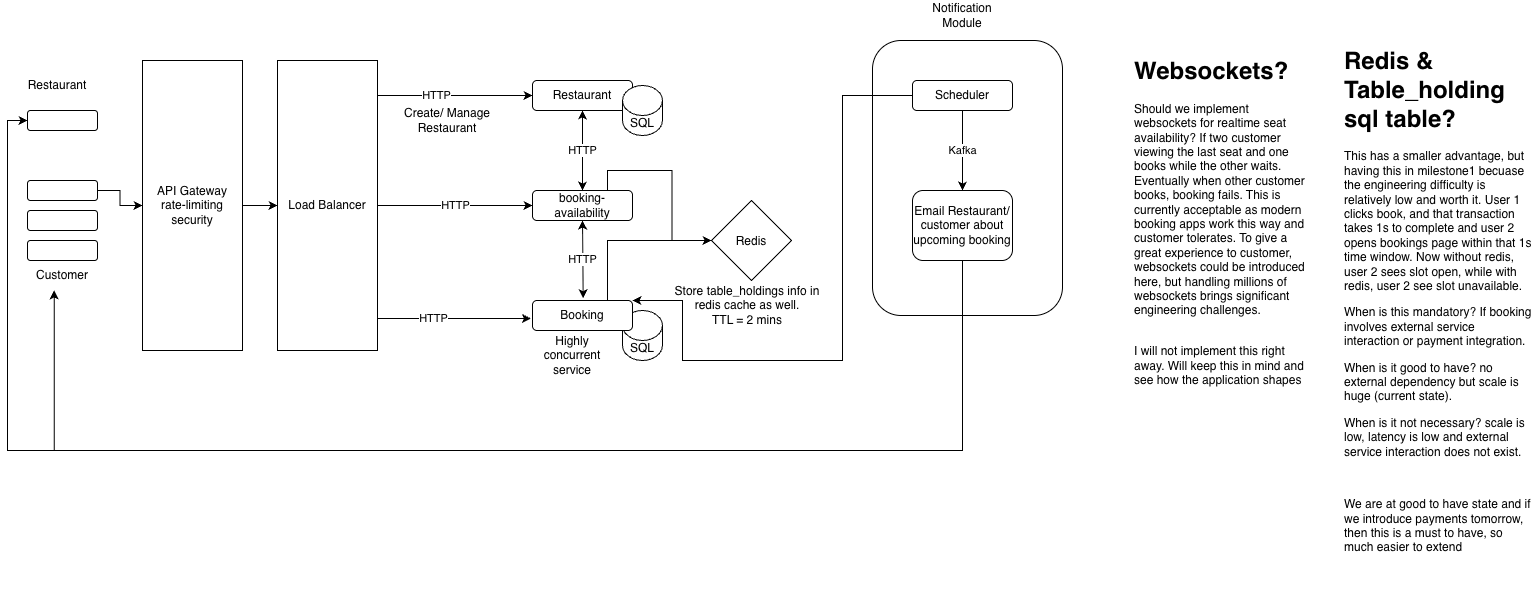
Before: table-booking/restaurant-table-booking.drawio.png, a diagram exported from draw.io (harirehm/draw.io). Source tidied: cells renumbered, new cells last; positions are measured from the earlier drawing's top-left corner, leaving out a move shared by most shapes. Its diagram source:
```xml
<mxGraphModel>
  <root>
    <mxCell id="0" />
    <mxCell id="1" parent="0" />
    <mxCell id="2" style="rounded=1;whiteSpace=wrap;html=1;" parent="1" vertex="1">
      <mxGeometry x="865" y="40" width="190" height="275" as="geometry" />
    </mxCell>
    <mxCell id="3" style="rounded=1;whiteSpace=wrap;html=1;" parent="1" vertex="1">
      <mxGeometry x="20" y="240" width="70" height="20" as="geometry" />
    </mxCell>
    <mxCell id="4" value="Customer" style="text;html=1;whiteSpace=wrap;strokeColor=none;fillColor=none;align=center;verticalAlign=middle;rounded=0;" parent="1" vertex="1">
      <mxGeometry x="25" y="260" width="60" height="30" as="geometry" />
    </mxCell>
    <mxCell id="5" style="edgeStyle=orthogonalEdgeStyle;rounded=0;jettySize=auto;html=1;" parent="1" edge="1" source="6" target="11">
      <mxGeometry relative="1" as="geometry" />
    </mxCell>
    <mxCell id="6" style="rounded=1;whiteSpace=wrap;html=1;" parent="1" vertex="1">
      <mxGeometry x="20" y="180" width="70" height="20" as="geometry" />
    </mxCell>
    <mxCell id="7" style="rounded=1;whiteSpace=wrap;html=1;" parent="1" vertex="1">
      <mxGeometry x="20" y="210" width="70" height="20" as="geometry" />
    </mxCell>
    <mxCell id="8" style="rounded=1;whiteSpace=wrap;html=1;" parent="1" vertex="1">
      <mxGeometry x="20" y="110" width="70" height="20" as="geometry" />
    </mxCell>
    <mxCell id="9" value="Restaurant" style="text;html=1;whiteSpace=wrap;strokeColor=none;fillColor=none;align=center;verticalAlign=middle;rounded=0;" parent="1" vertex="1">
      <mxGeometry x="20" y="70" width="60" height="30" as="geometry" />
    </mxCell>
    <mxCell id="10" style="edgeStyle=orthogonalEdgeStyle;rounded=0;jettySize=auto;html=1;" parent="1" edge="1" source="11" target="14">
      <mxGeometry relative="1" as="geometry" />
    </mxCell>
    <mxCell id="11" value="API Gateway&lt;div&gt;rate-limiting&lt;/div&gt;&lt;div&gt;security&lt;/div&gt;" style="rounded=0;whiteSpace=wrap;html=1;" parent="1" vertex="1">
      <mxGeometry x="135" y="60" width="100" height="290" as="geometry" />
    </mxCell>
    <mxCell id="12" value="HTTP" style="edgeStyle=orthogonalEdgeStyle;rounded=0;jettySize=auto;html=1;exitX=1;exitY=0.25;exitDx=0;exitDy=0;entryX=0;entryY=0.5;entryDx=0;entryDy=0;" parent="1" edge="1" source="14" target="15">
      <mxGeometry relative="1" as="geometry">
        <Array as="points">
          <mxPoint x="370" y="95" />
        </Array>
      </mxGeometry>
    </mxCell>
    <mxCell id="13" value="HTTP" style="edgeStyle=orthogonalEdgeStyle;rounded=0;jettySize=auto;html=1;exitX=1;exitY=0.5;exitDx=0;exitDy=0;" parent="1" edge="1" source="14" target="19">
      <mxGeometry relative="1" as="geometry" />
    </mxCell>
    <mxCell id="14" value="Load Balancer" style="rounded=0;whiteSpace=wrap;html=1;" parent="1" vertex="1">
      <mxGeometry x="270" y="60" width="100" height="290" as="geometry" />
    </mxCell>
    <mxCell id="15" value="Restaurant" style="rounded=1;whiteSpace=wrap;html=1;" parent="1" vertex="1">
      <mxGeometry x="525" y="80" width="100" height="30" as="geometry" />
    </mxCell>
    <mxCell id="16" value="Create/ Manage Restaurant" style="text;html=1;whiteSpace=wrap;strokeColor=none;fillColor=none;align=center;verticalAlign=middle;rounded=0;" parent="1" vertex="1">
      <mxGeometry x="395" y="105" width="90" height="30" as="geometry" />
    </mxCell>
    <mxCell id="17" value="SQL" style="shape=cylinder3;whiteSpace=wrap;html=1;boundedLbl=1;backgroundOutline=1;size=15;" parent="1" vertex="1">
      <mxGeometry x="615" y="85" width="40" height="50" as="geometry" />
    </mxCell>
    <mxCell id="18" style="edgeStyle=orthogonalEdgeStyle;rounded=0;jettySize=auto;html=1;exitX=0.75;exitY=0;exitDx=0;exitDy=0;" parent="1" edge="1" source="19" target="27">
      <mxGeometry relative="1" as="geometry" />
    </mxCell>
    <mxCell id="19" value="booking-availability" style="rounded=1;whiteSpace=wrap;html=1;" parent="1" vertex="1">
      <mxGeometry x="525" y="190" width="100" height="30" as="geometry" />
    </mxCell>
    <mxCell id="20" value="SQL" style="shape=cylinder3;whiteSpace=wrap;html=1;boundedLbl=1;backgroundOutline=1;size=15;" parent="1" vertex="1">
      <mxGeometry x="615" y="310" width="40" height="50" as="geometry" />
    </mxCell>
    <mxCell id="21" value="HTTP" style="endArrow=classic;startArrow=classic;html=1;rounded=0;exitX=0.5;exitY=0;exitDx=0;exitDy=0;entryX=0.5;entryY=1;entryDx=0;entryDy=0;" parent="1" edge="1" source="19" target="15">
      <mxGeometry relative="1" as="geometry" />
    </mxCell>
    <mxCell id="22" style="edgeStyle=orthogonalEdgeStyle;rounded=0;jettySize=auto;html=1;exitX=0.75;exitY=0;exitDx=0;exitDy=0;entryX=0;entryY=0.5;entryDx=0;entryDy=0;" parent="1" edge="1" source="24" target="27">
      <mxGeometry relative="1" as="geometry" />
    </mxCell>
    <mxCell id="23" style="edgeStyle=orthogonalEdgeStyle;rounded=0;jettySize=auto;html=1;exitX=1;exitY=0;exitDx=0;exitDy=0;entryX=0;entryY=0.5;entryDx=0;entryDy=0;endArrow=none;endFill=0;startArrow=classic;startFill=1;" parent="1" edge="1" source="24" target="31">
      <mxGeometry relative="1" as="geometry">
        <Array as="points">
          <mxPoint x="675" y="300" />
          <mxPoint x="675" y="360" />
          <mxPoint x="835" y="360" />
          <mxPoint x="835" y="95" />
        </Array>
      </mxGeometry>
    </mxCell>
    <mxCell id="24" value="Booking" style="rounded=1;whiteSpace=wrap;html=1;" parent="1" vertex="1">
      <mxGeometry x="525" y="300" width="100" height="30" as="geometry" />
    </mxCell>
    <mxCell id="25" value="HTTP" style="edgeStyle=orthogonalEdgeStyle;rounded=0;jettySize=auto;html=1;exitX=1;exitY=0.75;exitDx=0;exitDy=0;entryX=-0.015;entryY=0.602;entryDx=0;entryDy=0;entryPerimeter=0;" parent="1" edge="1" source="14" target="24">
      <mxGeometry relative="1" as="geometry">
        <Array as="points">
          <mxPoint x="370" y="318.1" />
        </Array>
      </mxGeometry>
    </mxCell>
    <mxCell id="26" value="HTTP" style="endArrow=classic;startArrow=classic;html=1;rounded=0;exitX=0.507;exitY=-0.077;exitDx=0;exitDy=0;entryX=0.5;entryY=1;entryDx=0;entryDy=0;exitPerimeter=0;" parent="1" edge="1" source="24" target="19">
      <mxGeometry relative="1" as="geometry" />
    </mxCell>
    <mxCell id="27" value="Redis" style="rhombus;whiteSpace=wrap;html=1;shapeInside=1;" parent="1" vertex="1">
      <mxGeometry x="704" y="200" width="80" height="80" as="geometry" />
    </mxCell>
    <mxCell id="28" value="Store table_holdings info in redis cache as well.&lt;br&gt;TTL = 2 mins" style="text;html=1;whiteSpace=wrap;strokeColor=none;fillColor=none;align=center;verticalAlign=middle;rounded=0;" parent="1" vertex="1">
      <mxGeometry x="665" y="280" width="150" height="50" as="geometry" />
    </mxCell>
    <mxCell id="29" value="Highly concurrent service" style="text;html=1;whiteSpace=wrap;strokeColor=none;fillColor=none;align=center;verticalAlign=middle;rounded=0;" parent="1" vertex="1">
      <mxGeometry x="535" y="340" width="60" height="30" as="geometry" />
    </mxCell>
    <mxCell id="30" value="Kafka" style="edgeStyle=orthogonalEdgeStyle;rounded=0;jettySize=auto;html=1;" parent="1" edge="1" source="31" target="33">
      <mxGeometry relative="1" as="geometry" />
    </mxCell>
    <mxCell id="31" value="Scheduler" style="rounded=1;whiteSpace=wrap;html=1;" parent="1" vertex="1">
      <mxGeometry x="905" y="80" width="100" height="30" as="geometry" />
    </mxCell>
    <mxCell id="32" style="edgeStyle=orthogonalEdgeStyle;rounded=0;jettySize=auto;html=1;exitX=0.5;exitY=1;exitDx=0;exitDy=0;entryX=0;entryY=0.5;entryDx=0;entryDy=0;" parent="1" edge="1" source="33" target="8">
      <mxGeometry relative="1" as="geometry">
        <Array as="points">
          <mxPoint x="955" y="450" />
          <mxPoint y="450" />
          <mxPoint y="120" />
        </Array>
      </mxGeometry>
    </mxCell>
    <mxCell id="33" value="Email Restaurant/ customer about upcoming booking" style="rounded=1;whiteSpace=wrap;html=1;" parent="1" vertex="1">
      <mxGeometry x="905" y="190" width="100" height="70" as="geometry" />
    </mxCell>
    <mxCell id="34" style="edgeStyle=orthogonalEdgeStyle;rounded=0;jettySize=auto;html=1;exitX=0.5;exitY=1;exitDx=0;exitDy=0;entryX=0.362;entryY=0.997;entryDx=0;entryDy=0;entryPerimeter=0;" parent="1" edge="1" source="33" target="4">
      <mxGeometry relative="1" as="geometry">
        <Array as="points">
          <mxPoint x="955" y="450" />
          <mxPoint x="46.7" y="450" />
        </Array>
      </mxGeometry>
    </mxCell>
    <mxCell id="35" value="Notification Module" style="text;html=1;whiteSpace=wrap;strokeColor=none;fillColor=none;align=center;verticalAlign=middle;rounded=0;" parent="1" vertex="1">
      <mxGeometry x="925" width="60" height="30" as="geometry" />
    </mxCell>
    <mxCell id="36" value="&lt;h1 style=&quot;margin-top: 0px;&quot;&gt;Websockets?&lt;/h1&gt;&lt;p&gt;Should we implement websockets for realtime seat availability? If two customer viewing the last seat and one books while the other waits. Eventually when other customer books, booking fails. This is currently acceptable as modern booking apps work this way and customer tolerates. To give a great experience to customer, websockets could be introduced here, but handling millions of websockets brings significant engineering challenges.&lt;br&gt;&lt;br&gt;&lt;/p&gt;&lt;p&gt;I will not implement this right away. Will keep this in mind and see how the application shapes&lt;/p&gt;" style="text;html=1;whiteSpace=wrap;overflow=hidden;rounded=0;" parent="1" vertex="1">
      <mxGeometry x="1125" y="50" width="180" height="340" as="geometry" />
    </mxCell>
    <mxCell id="37" value="&lt;h1 style=&quot;margin-top: 0px;&quot;&gt;Redis &amp;amp; Table_holding sql table?&lt;/h1&gt;&lt;p&gt;This has a smaller advantage, but having this in milestone1 becuase the engineering difficulty is relatively low and worth it. User 1 clicks book, and that transaction takes 1s to complete and user 2 opens bookings page within that 1s time window. Now without redis, user 2 sees slot open, while with redis, user 2 see slot unavailable.&amp;nbsp;&lt;/p&gt;&lt;p&gt;When is this mandatory? If booking involves external service interaction or payment integration.&lt;/p&gt;&lt;p&gt;When is it good to have? no external dependency but scale is huge (current state).&lt;/p&gt;&lt;p&gt;When is it not necessary? scale is low, latency is low and external service interaction does not exist.&amp;nbsp;&lt;/p&gt;&lt;p&gt;&lt;br&gt;&lt;/p&gt;&lt;p&gt;We are at good to have state and if we introduce payments tomorrow, then this is a must to have, so much easier to extend&lt;/p&gt;" style="text;html=1;whiteSpace=wrap;overflow=hidden;rounded=0;" parent="1" vertex="1">
      <mxGeometry x="1335" y="40" width="190" height="550" as="geometry" />
    </mxCell>
  </root>
</mxGraphModel>
```
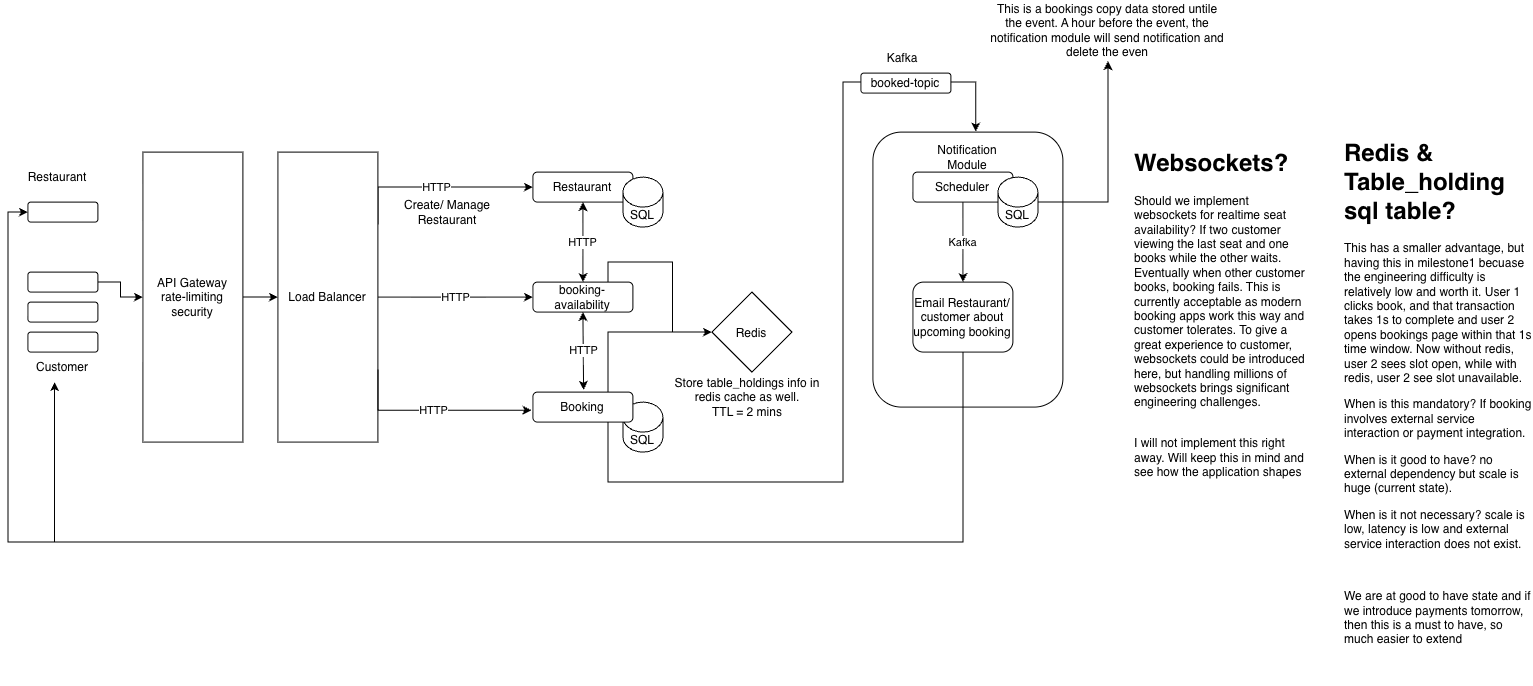
Above is the later version.

What changed in the source:
```diff
@@ -69,16 +69,6 @@
     <mxCell id="22" style="edgeStyle=orthogonalEdgeStyle;rounded=0;jettySize=auto;html=1;exitX=0.75;exitY=0;exitDx=0;exitDy=0;entryX=0;entryY=0.5;entryDx=0;entryDy=0;" parent="1" edge="1" source="24" target="27">
       <mxGeometry relative="1" as="geometry" />
     </mxCell>
-    <mxCell id="23" style="edgeStyle=orthogonalEdgeStyle;rounded=0;jettySize=auto;html=1;exitX=1;exitY=0;exitDx=0;exitDy=0;entryX=0;entryY=0.5;entryDx=0;entryDy=0;endArrow=none;endFill=0;startArrow=classic;startFill=1;" parent="1" edge="1" source="24" target="31">
-      <mxGeometry relative="1" as="geometry">
-        <Array as="points">
-          <mxPoint x="675" y="300" />
-          <mxPoint x="675" y="360" />
-          <mxPoint x="835" y="360" />
-          <mxPoint x="835" y="95" />
-        </Array>
-      </mxGeometry>
-    </mxCell>
     <mxCell id="24" value="Booking" style="rounded=1;whiteSpace=wrap;html=1;" parent="1" vertex="1">
       <mxGeometry x="525" y="300" width="100" height="30" as="geometry" />
     </mxCell>
@@ -98,9 +88,6 @@
     <mxCell id="28" value="Store table_holdings info in redis cache as well.&lt;br&gt;TTL = 2 mins" style="text;html=1;whiteSpace=wrap;strokeColor=none;fillColor=none;align=center;verticalAlign=middle;rounded=0;" parent="1" vertex="1">
       <mxGeometry x="665" y="280" width="150" height="50" as="geometry" />
     </mxCell>
-    <mxCell id="29" value="Highly concurrent service" style="text;html=1;whiteSpace=wrap;strokeColor=none;fillColor=none;align=center;verticalAlign=middle;rounded=0;" parent="1" vertex="1">
-      <mxGeometry x="535" y="340" width="60" height="30" as="geometry" />
-    </mxCell>
     <mxCell id="30" value="Kafka" style="edgeStyle=orthogonalEdgeStyle;rounded=0;jettySize=auto;html=1;" parent="1" edge="1" source="31" target="33">
       <mxGeometry relative="1" as="geometry" />
     </mxCell>
@@ -128,7 +115,7 @@
       </mxGeometry>
     </mxCell>
     <mxCell id="35" value="Notification Module" style="text;html=1;whiteSpace=wrap;strokeColor=none;fillColor=none;align=center;verticalAlign=middle;rounded=0;" parent="1" vertex="1">
-      <mxGeometry x="925" width="60" height="30" as="geometry" />
+      <mxGeometry x="930" y="50" width="60" height="30" as="geometry" />
     </mxCell>
     <mxCell id="36" value="&lt;h1 style=&quot;margin-top: 0px;&quot;&gt;Websockets?&lt;/h1&gt;&lt;p&gt;Should we implement websockets for realtime seat availability? If two customer viewing the last seat and one books while the other waits. Eventually when other customer books, booking fails. This is currently acceptable as modern booking apps work this way and customer tolerates. To give a great experience to customer, websockets could be introduced here, but handling millions of websockets brings significant engineering challenges.&lt;br&gt;&lt;br&gt;&lt;/p&gt;&lt;p&gt;I will not implement this right away. Will keep this in mind and see how the application shapes&lt;/p&gt;" style="text;html=1;whiteSpace=wrap;overflow=hidden;rounded=0;" parent="1" vertex="1">
       <mxGeometry x="1125" y="50" width="180" height="340" as="geometry" />
@@ -136,5 +123,36 @@
     <mxCell id="37" value="&lt;h1 style=&quot;margin-top: 0px;&quot;&gt;Redis &amp;amp; Table_holding sql table?&lt;/h1&gt;&lt;p&gt;This has a smaller advantage, but having this in milestone1 becuase the engineering difficulty is relatively low and worth it. User 1 clicks book, and that transaction takes 1s to complete and user 2 opens bookings page within that 1s time window. Now without redis, user 2 sees slot open, while with redis, user 2 see slot unavailable.&amp;nbsp;&lt;/p&gt;&lt;p&gt;When is this mandatory? If booking involves external service interaction or payment integration.&lt;/p&gt;&lt;p&gt;When is it good to have? no external dependency but scale is huge (current state).&lt;/p&gt;&lt;p&gt;When is it not necessary? scale is low, latency is low and external service interaction does not exist.&amp;nbsp;&lt;/p&gt;&lt;p&gt;&lt;br&gt;&lt;/p&gt;&lt;p&gt;We are at good to have state and if we introduce payments tomorrow, then this is a must to have, so much easier to extend&lt;/p&gt;" style="text;html=1;whiteSpace=wrap;overflow=hidden;rounded=0;" parent="1" vertex="1">
       <mxGeometry x="1335" y="40" width="190" height="550" as="geometry" />
     </mxCell>
+    <mxCell id="38" style="edgeStyle=orthogonalEdgeStyle;rounded=0;jettySize=auto;html=1;exitX=0.75;exitY=1;exitDx=0;exitDy=0;entryX=0.541;entryY=-0.002;entryDx=0;entryDy=0;entryPerimeter=0;" parent="1" edge="1" source="40" target="2">
+      <mxGeometry relative="1" as="geometry">
+        <Array as="points">
+          <mxPoint x="967.8" y="-10" />
+        </Array>
+      </mxGeometry>
+    </mxCell>
+    <mxCell id="39" style="edgeStyle=orthogonalEdgeStyle;rounded=0;jettySize=auto;html=1;exitX=0.75;exitY=1;exitDx=0;exitDy=0;entryX=0.541;entryY=-0.002;entryDx=0;entryDy=0;entryPerimeter=0;" parent="1" edge="1" source="24" target="40">
+      <mxGeometry relative="1" as="geometry">
+        <Array as="points">
+          <mxPoint x="600" y="390" />
+          <mxPoint x="835" y="390" />
+          <mxPoint x="835" y="-10" />
+        </Array>
+      </mxGeometry>
+    </mxCell>
+    <mxCell id="40" value="booked-topic" style="rounded=1;whiteSpace=wrap;html=1;" parent="1" vertex="1">
+      <mxGeometry x="853" y="-19" width="90" height="20" as="geometry" />
+    </mxCell>
+    <mxCell id="41" value="Kafka" style="text;html=1;whiteSpace=wrap;strokeColor=none;fillColor=none;align=center;verticalAlign=middle;rounded=0;" parent="1" vertex="1">
+      <mxGeometry x="865" y="-49" width="60" height="30" as="geometry" />
+    </mxCell>
+    <mxCell id="42" style="edgeStyle=orthogonalEdgeStyle;rounded=0;jettySize=auto;html=1;exitX=1;exitY=0.5;exitDx=0;exitDy=0;exitPerimeter=0;" parent="1" edge="1" source="43" target="44">
+      <mxGeometry relative="1" as="geometry" />
+    </mxCell>
+    <mxCell id="43" value="SQL" style="shape=cylinder3;whiteSpace=wrap;html=1;boundedLbl=1;backgroundOutline=1;size=15;" parent="1" vertex="1">
+      <mxGeometry x="990" y="85" width="40" height="50" as="geometry" />
+    </mxCell>
+    <mxCell id="44" value="This is a bookings copy data stored untile the event. A hour before the event, the notification module will send notification and delete the even" style="text;html=1;whiteSpace=wrap;strokeColor=none;fillColor=none;align=center;verticalAlign=middle;rounded=0;" parent="1" vertex="1">
+      <mxGeometry x="980" y="-92" width="240" height="61" as="geometry" />
+    </mxCell>
   </root>
 </mxGraphModel>
```
